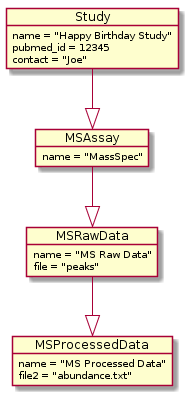
Earlier version of the PlantUML export project_planning/images/ms_compound_uml.png (jbrestel/org-docs).
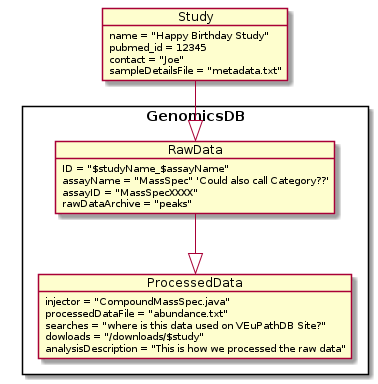
Above is the later version.

Diff of the diagram source:
```diff
@@ -2,22 +2,25 @@
 object Study {
         name = "Happy Birthday Study"
         pubmed_id = 12345
-	    contact = "Joe"
+        contact = "Joe"
+        sampleDetailsFile = "metadata.txt"
 }
-object MSAssay {
-        name = "MassSpec"
+rectangle GenomicsDB {
+        object RawData {
+                ID = "$studyName_$assayName"
+                assayName = "MassSpec" 'Could also call Category??'
+                assayID = "MassSpecXXXX"
+                rawDataArchive = "peaks"
+        }
+        object ProcessedData {
+                injector = "CompoundMassSpec.java"
+                processedDataFile = "abundance.txt"
+                searches = "where is this data used on VEuPathDB Site?"
+                dowloads = "/downloads/$study"
+                analysisDescription = "This is how we processed the raw data"
+        }
 }
+Study --|> RawData
+RawData --|> ProcessedData
 
-object MSRawData {
-        name = "MS Raw Data"
-        file = "peaks"
-}
-object MSProcessedData {
-        name = "MS Processed Data"
-        file2 = "abundance.txt"
-}
-
-Study --|> MSAssay
-MSAssay --|> MSRawData
-MSRawData --|> MSProcessedData
 @enduml
```
